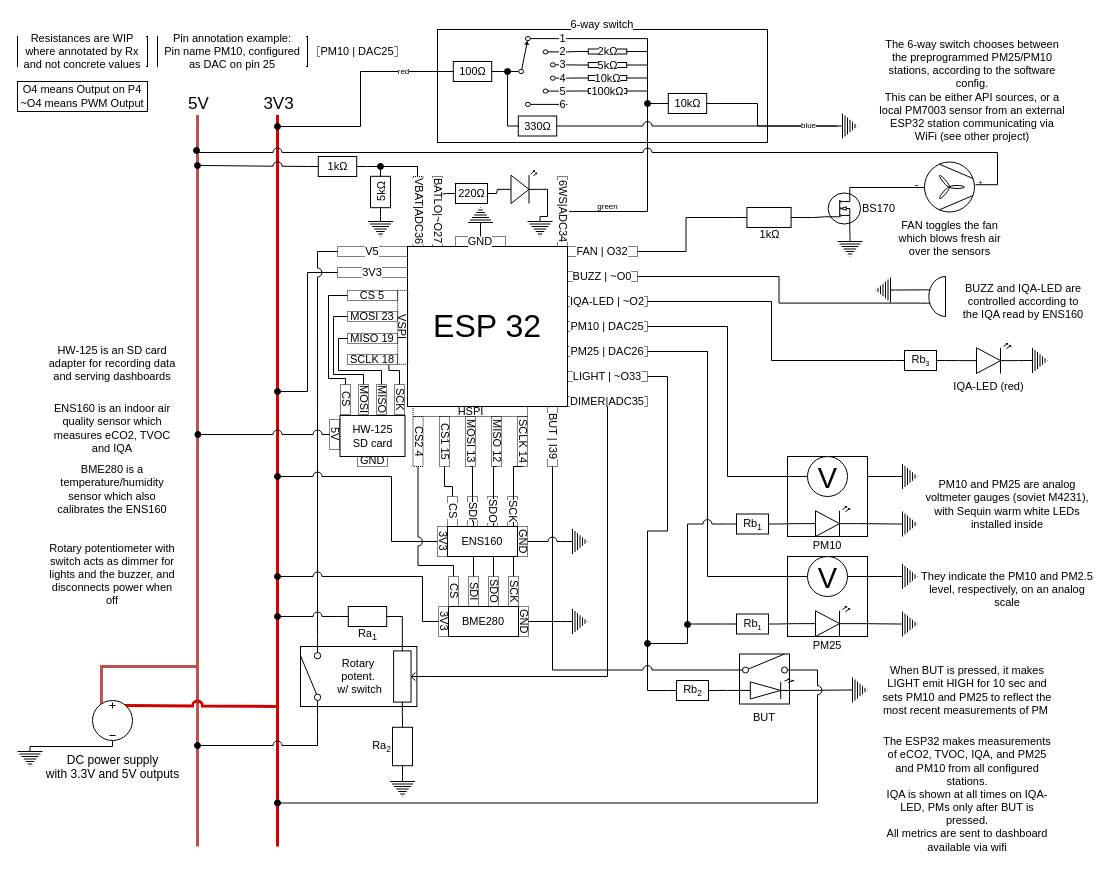
The draw.io diagram airstation-base.drawio in maclav3/airstation, before the edit. Source tidied: cells renumbered, new cells numbered last; positions are measured from the earlier drawing's top-left corner, leaving out a move shared by most shapes. Both pictures are drawn from the tidied source at 100%, with x=0, y=0 at pixel (17, 29).
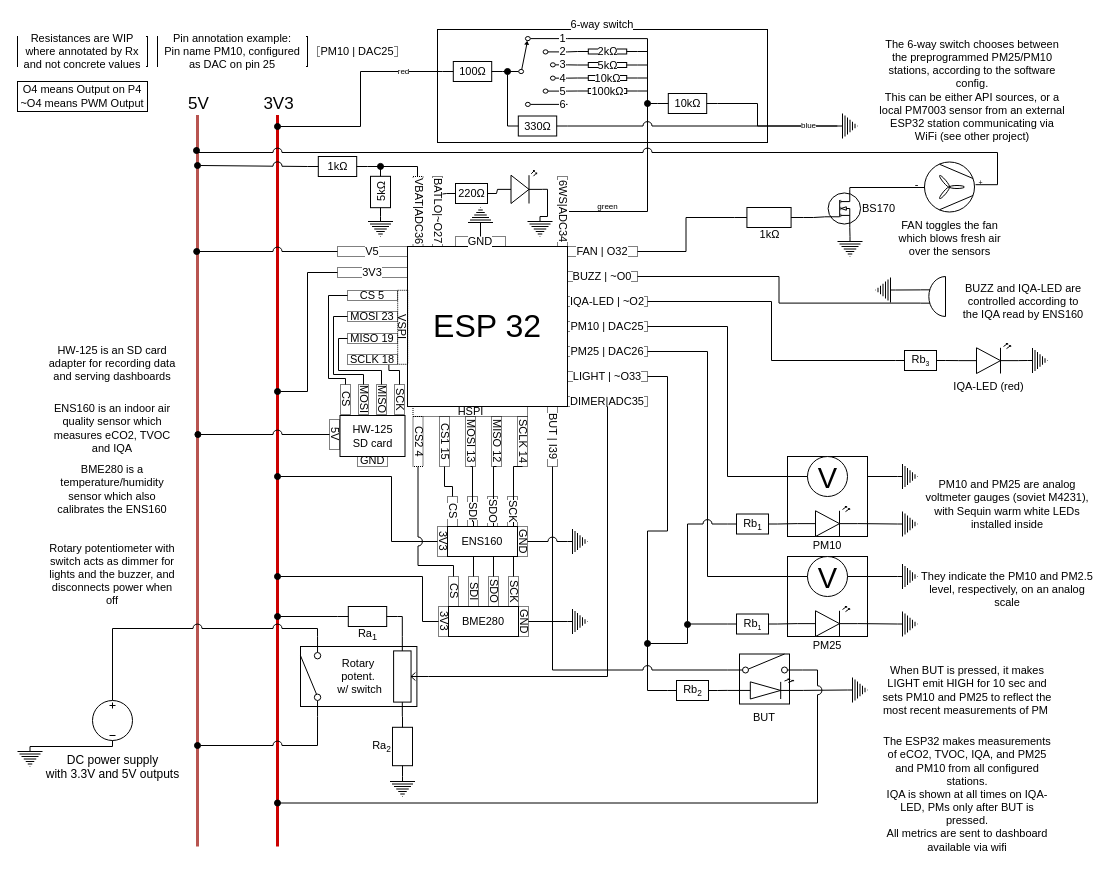
After the change.

Commit message:
fix power supply

The change refers to these unchanged cells:
```xml
<mxCell id="15" style="html=1;shape=mxgraph.electrical.electro-mechanical.singleSwitch;elSwitchState=off;fontFamily=Helvetica;fontSize=11;fontColor=default;labelBackgroundColor=default;direction=north;" parent="11" vertex="1">
  <mxGeometry width="21.3" height="80" as="geometry" />
</mxCell>
<mxCell id="44" style="group;" parent="43" vertex="1">
  <mxGeometry width="310" height="220" as="geometry" />
</mxCell>
<mxCell id="51" value="V5" style="text;html=1;align=center;verticalAlign=middle;whiteSpace=wrap;rounded=0;fontFamily=Helvetica;fontSize=11;fontColor=default;labelBackgroundColor=default;fillColor=none;strokeColor=default;dashed=1;dashPattern=1 1;" parent="44" vertex="1">
  <mxGeometry width="70" height="10" as="geometry" />
</mxCell>
<mxCell id="163" value="DC power supply&lt;div&gt;with 3.3V and 5V outputs&lt;/div&gt;" style="verticalLabelPosition=bottom;shadow=0;dashed=0;align=center;html=1;verticalAlign=top;shape=mxgraph.electrical.signal_sources.source;points=[[0.5,0,0],[1,0.5,0],[0.5,1,0],[0,0.5,0]];elSignalType=dc3;spacingBottom=-3;spacing=8;" parent="1" vertex="1">
  <mxGeometry x="75" y="671" width="40" height="40" as="geometry" />
</mxCell>
```

What changed in the source:
```diff
@@
-    <mxCell id="16" style="edgeStyle=elbowEdgeStyle;shape=connector;rounded=0;jumpStyle=arc;jumpSize=9;jettySize=auto;html=1;exitX=1;exitY=0.8;exitDx=0;exitDy=0;entryX=0;entryY=0.5;entryDx=0;entryDy=0;strokeColor=default;align=center;verticalAlign=middle;fontFamily=Helvetica;fontSize=11;fontColor=default;labelBackgroundColor=default;startFill=0;endArrow=none;" parent="1" edge="1" source="15" target="51">
-      <mxGeometry relative="1" as="geometry">
-        <Array as="points">
-          <mxPoint x="300" y="414" />
-        </Array>
-      </mxGeometry>
-    </mxCell>
@@
+    <mxCell id="207" style="edgeStyle=orthogonalEdgeStyle;rounded=0;jettySize=auto;html=1;exitX=0;exitY=0.5;exitDx=0;exitDy=0;endArrow=oval;endFill=1;jumpStyle=arc;jumpSize=9;" parent="44" edge="1" source="51">
+      <mxGeometry relative="1" as="geometry">
+        <mxPoint x="-140.8" y="5" as="targetPoint" />
+      </mxGeometry>
+    </mxCell>
@@
-    <mxCell id="161" style="endArrow=none;html=1;rounded=0;fillColor=#f8cecc;strokeColor=#b85450;strokeWidth=3;exitX=0.223;exitY=0.152;exitDx=0;exitDy=0;exitPerimeter=0;" parent="1" edge="1" source="163">
-      <mxGeometry relative="1" as="geometry">
-        <mxPoint x="180" y="637" as="targetPoint" />
-        <Array as="points">
-          <mxPoint x="84" y="637" />
-        </Array>
-      </mxGeometry>
-    </mxCell>
-    <mxCell id="162" style="endArrow=none;html=1;rounded=0;fillColor=#f8cecc;strokeColor=#CC0000;strokeWidth=3;entryX=0.787;entryY=0.125;entryDx=0;entryDy=0;entryPerimeter=0;jumpStyle=arc;" parent="1" edge="1" target="163">
-      <mxGeometry relative="1" as="geometry">
-        <mxPoint x="260" y="677" as="sourcePoint" />
-      </mxGeometry>
-    </mxCell>
+    <mxCell id="208" style="edgeStyle=orthogonalEdgeStyle;rounded=0;jettySize=auto;html=1;exitX=0.5;exitY=0;exitDx=0;exitDy=0;exitPerimeter=0;entryX=1;entryY=0.8;entryDx=0;entryDy=0;endArrow=none;startFill=0;jumpStyle=arc;jumpSize=9;" parent="1" edge="1" source="163" target="15">
+      <mxGeometry relative="1" as="geometry">
+        <Array as="points">
+          <mxPoint x="95" y="599" />
+          <mxPoint x="300" y="599" />
+        </Array>
+      </mxGeometry>
+    </mxCell>
```
